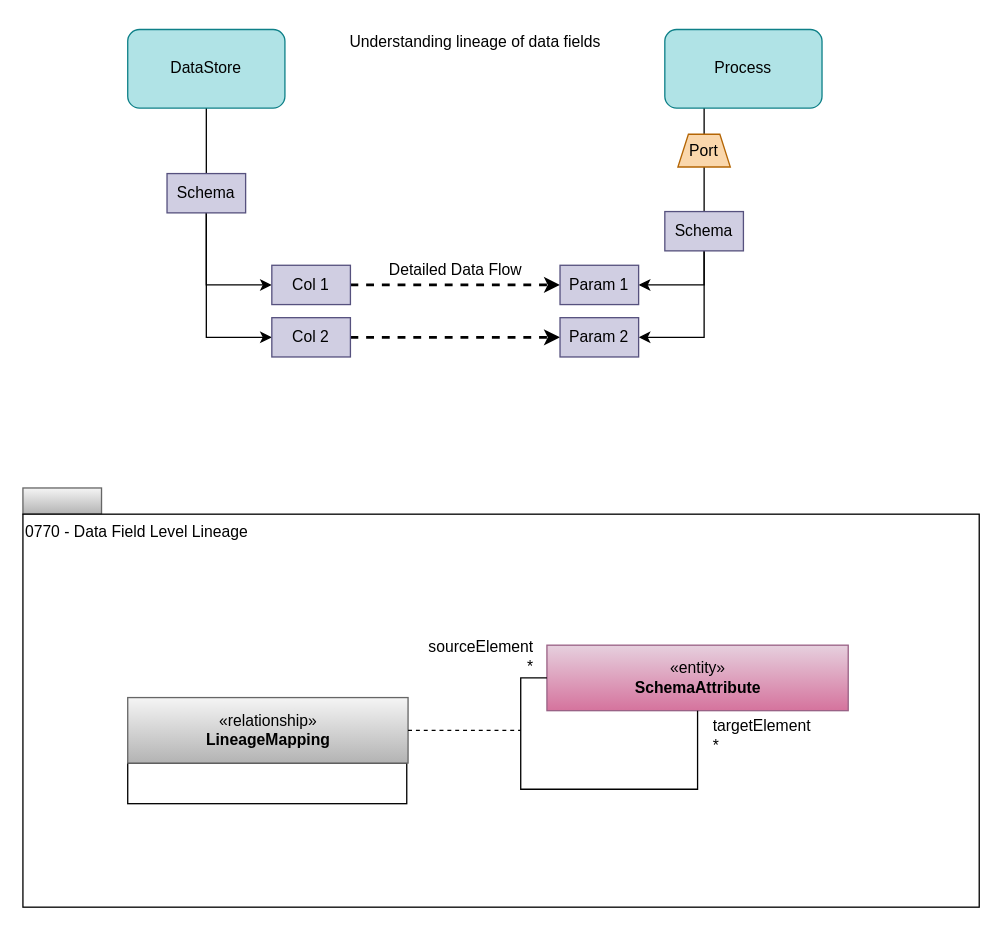
This is page "understanding-data-fields" (7 of 11) of open-metadata-publication/website/lineage/lineage.drawio from odpi/egeria, a draw.io file, before an edit. Source tidied: cells renumbered, new cells numbered last; positions are measured from the earlier drawing's top-left corner, leaving out a move shared by most shapes. Both pictures are drawn from the tidied source at 131%, with x=0, y=0 at pixel (22, 29).
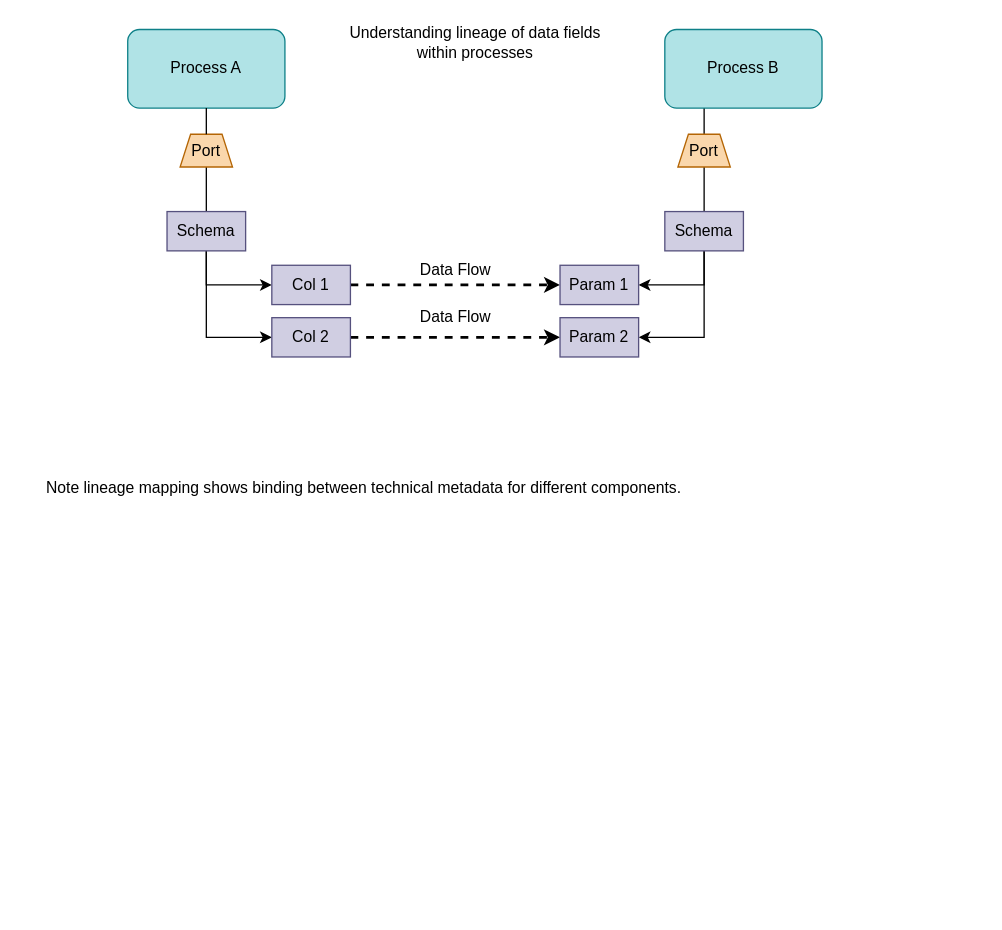
Above is the later version.

The edit, as a diff of the source:
```diff
@@
-    <mxCell id="2" style="edgeStyle=orthogonalEdgeStyle;rounded=0;jettySize=auto;html=1;exitX=0.5;exitY=1;exitDx=0;exitDy=0;entryX=0.5;entryY=0;entryDx=0;entryDy=0;startArrow=none;startFill=0;endArrow=none;endFill=0;" parent="1" edge="1" source="3" target="8">
+    <mxCell id="2" style="edgeStyle=orthogonalEdgeStyle;rounded=0;jettySize=auto;html=1;exitX=0.5;exitY=1;exitDx=0;exitDy=0;entryX=0.5;entryY=0;entryDx=0;entryDy=0;startArrow=none;startFill=0;endArrow=none;endFill=0;" parent="1" edge="1" source="33" target="8">
       <mxGeometry relative="1" as="geometry" />
     </mxCell>
-    <mxCell id="3" value="DataStore" style="rounded=1;whiteSpace=wrap;html=1;fillColor=#b0e3e6;strokeColor=#0e8088;" parent="1" vertex="1">
+    <mxCell id="3" value="Process A" style="rounded=1;whiteSpace=wrap;html=1;fillColor=#b0e3e6;strokeColor=#0e8088;" parent="1" vertex="1">
       <mxGeometry x="80" width="120" height="60" as="geometry" />
     </mxCell>
@@
-    <mxCell id="5" value="Process" style="rounded=1;whiteSpace=wrap;html=1;fillColor=#b0e3e6;strokeColor=#0e8088;" parent="1" vertex="1">
+    <mxCell id="5" value="Process B" style="rounded=1;whiteSpace=wrap;html=1;fillColor=#b0e3e6;strokeColor=#0e8088;" parent="1" vertex="1">
       <mxGeometry x="490" width="120" height="60" as="geometry" />
     </mxCell>
@@
     <mxCell id="8" value="Schema" style="rounded=0;whiteSpace=wrap;html=1;fillColor=#d0cee2;strokeColor=#56517e;" parent="1" vertex="1">
-      <mxGeometry x="110" y="110" width="60" height="30" as="geometry" />
+      <mxGeometry x="110" y="139" width="60" height="30" as="geometry" />
     </mxCell>
@@
-    <mxCell id="20" value="Detailed Data Flow" style="text;html=1;align=center;verticalAlign=middle;" parent="1" vertex="1">
-      <mxGeometry x="270" y="174" width="120" height="20" as="geometry" />
+    <mxCell id="20" value="Data Flow" style="text;html=1;align=center;verticalAlign=middle;" parent="1" vertex="1">
+      <mxGeometry x="295" y="174" width="70" height="20" as="geometry" />
     </mxCell>
-    <mxCell id="21" style="rounded=0;whiteSpace=wrap;html=1;align=left;fillColor=#f5f5f5;strokeColor=#666666;gradientColor=#b3b3b3;" parent="1" vertex="1">
-      <mxGeometry y="350" width="60" height="20" as="geometry" />
-    </mxCell>
-    <mxCell id="22" value="0770 - Data Field Level Lineage" style="rounded=0;whiteSpace=wrap;html=1;align=left;verticalAlign=top;" parent="1" vertex="1">
-      <mxGeometry y="370" width="730" height="300" as="geometry" />
-    </mxCell>
-    <mxCell id="23" value="«entity»&lt;br&gt;&lt;b&gt;SchemaAttribute&lt;/b&gt;" style="html=1;strokeColor=#996185;align=center;fillColor=#e6d0de;gradientColor=#d5739d;" parent="1" vertex="1">
-      <mxGeometry x="400" y="470" width="230" height="50" as="geometry" />
-    </mxCell>
-    <mxCell id="24" value="&lt;div style=&quot;text-align: left&quot;&gt;&lt;br&gt;&lt;/div&gt;" style="rounded=0;whiteSpace=wrap;html=1;strokeColor=#000000;gradientColor=#ffffff;align=left;" parent="1" vertex="1">
-      <mxGeometry x="80" y="560" width="213" height="31" as="geometry" />
-    </mxCell>
-    <mxCell id="25" value="«relationship»&lt;br&gt;&lt;b&gt;LineageMapping&lt;/b&gt;" style="html=1;strokeColor=#666666;align=center;fillColor=#f5f5f5;gradientColor=#b3b3b3;" parent="1" vertex="1">
-      <mxGeometry x="80" y="510" width="214" height="50" as="geometry" />
-    </mxCell>
-    <mxCell id="26" style="endArrow=none;dashed=1;html=1;exitX=1;exitY=0.5;exitDx=0;exitDy=0;" parent="1" edge="1" source="25">
-      <mxGeometry relative="1" as="geometry">
-        <mxPoint x="380" y="535" as="targetPoint" />
-      </mxGeometry>
-    </mxCell>
-    <mxCell id="27" style="edgeStyle=orthogonalEdgeStyle;rounded=0;orthogonalLoop=1;jettySize=auto;html=1;exitX=0;exitY=0.5;exitDx=0;exitDy=0;endArrow=none;endFill=0;" parent="1" edge="1" source="23" target="23">
-      <mxGeometry relative="1" as="geometry">
-        <Array as="points">
-          <mxPoint x="380" y="495" />
-          <mxPoint x="380" y="580" />
-          <mxPoint x="515" y="580" />
-        </Array>
-      </mxGeometry>
-    </mxCell>
-    <mxCell id="28" value="targetElement&lt;br style=&quot;font-size: 12px;&quot;&gt;*" style="html=1;align=left;verticalAlign=bottom;labelBackgroundColor=#ffffff;fontSize=12;" parent="1" vertex="1">
-      <mxGeometry x="515" y="520" as="geometry">
-        <mxPoint x="10" y="35" as="offset" />
-      </mxGeometry>
-    </mxCell>
-    <mxCell id="29" value="sourceElement&lt;br style=&quot;font-size: 12px;&quot;&gt;*" style="html=1;align=right;verticalAlign=bottom;labelBackgroundColor=#ffffff;fontSize=12;" parent="1" vertex="1">
-      <mxGeometry x="400" y="495" as="geometry">
-        <mxPoint x="-10" as="offset" />
-      </mxGeometry>
-    </mxCell>
-    <mxCell id="30" value="&lt;font style=&quot;font-size: 12px&quot;&gt;Understanding lineage of data fields&lt;/font&gt;" style="text;html=1;align=center;verticalAlign=middle;fontSize=8;" parent="1" vertex="1">
-      <mxGeometry x="240" width="210" height="20" as="geometry" />
+    <mxCell id="30" value="&lt;font style=&quot;font-size: 12px&quot;&gt;Understanding lineage of data fields&lt;br&gt;within processes&lt;br&gt;&lt;/font&gt;" style="text;html=1;align=center;verticalAlign=middle;fontSize=8;" parent="1" vertex="1">
+      <mxGeometry x="240" y="-5" width="210" height="30" as="geometry" />
     </mxCell>
+    <mxCell id="31" value="Note lineage mapping shows binding between technical metadata for different components." style="text;html=1;align=center;verticalAlign=middle;" parent="1" vertex="1">
+      <mxGeometry x="10" y="340" width="500" height="20" as="geometry" />
+    </mxCell>
+    <mxCell id="32" value="Data Flow" style="text;html=1;align=center;verticalAlign=middle;" parent="1" vertex="1">
+      <mxGeometry x="295" y="210" width="70" height="20" as="geometry" />
+    </mxCell>
+    <mxCell id="33" value="Port" style="shape=trapezoid;perimeter=trapezoidPerimeter;whiteSpace=wrap;html=1;rotation=0;fillColor=#fad7ac;strokeColor=#b46504;" parent="1" vertex="1">
+      <mxGeometry x="120" y="80" width="40" height="25" as="geometry" />
+    </mxCell>
+    <mxCell id="34" style="edgeStyle=orthogonalEdgeStyle;rounded=0;jettySize=auto;html=1;exitX=0.5;exitY=1;exitDx=0;exitDy=0;entryX=0.5;entryY=0;entryDx=0;entryDy=0;startArrow=none;startFill=0;endArrow=none;endFill=0;" parent="1" edge="1" source="3" target="33">
+      <mxGeometry relative="1" as="geometry" />
+    </mxCell>
```
